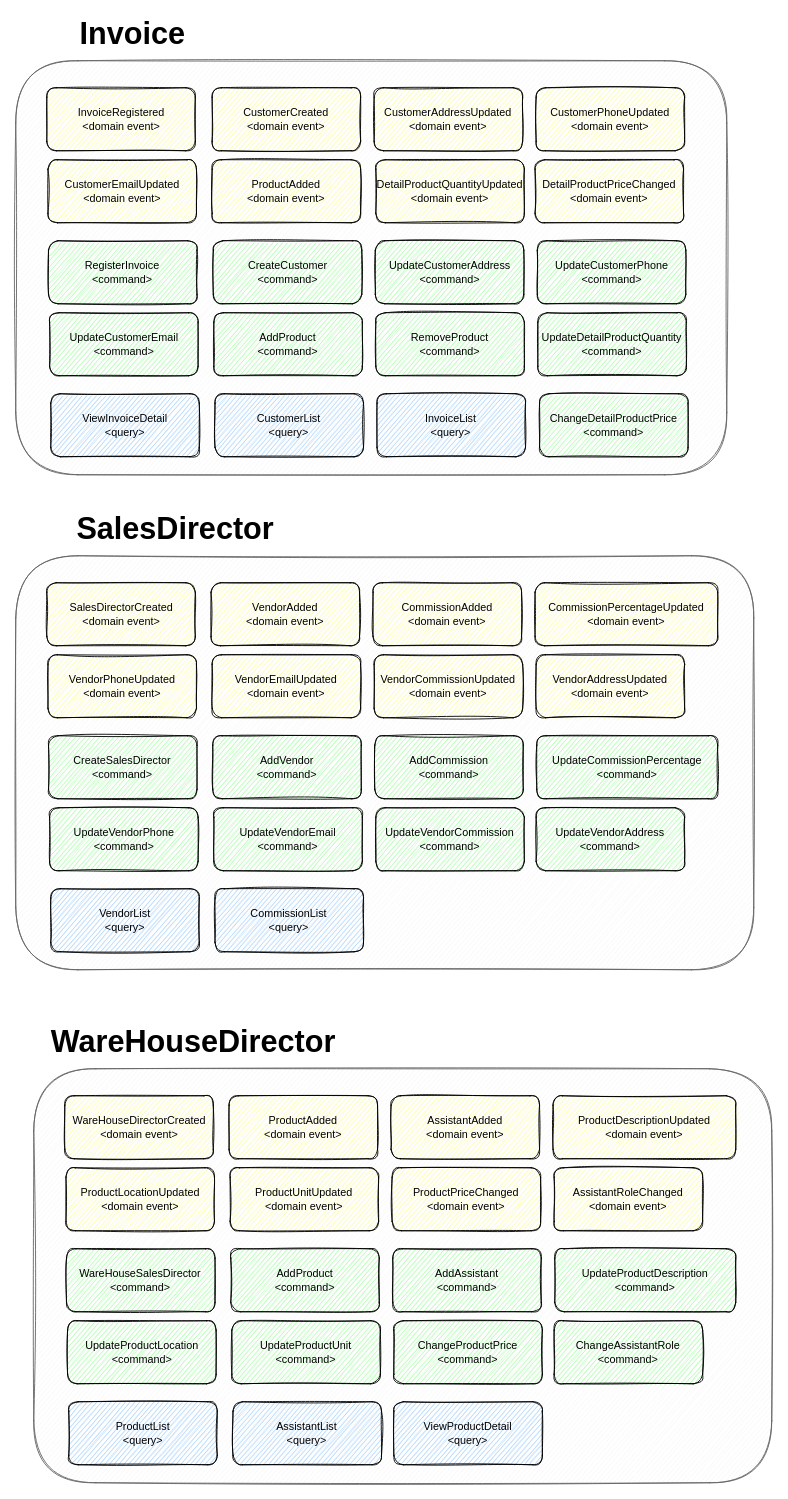
The draw.io diagram page "Domain Events" (4 of 4) of Ordeagro DM.drawio in johnnycastro72/ordeagro, before the edit. Source tidied: cells renumbered, new cells numbered last; positions are measured from the earlier drawing's top-left corner, leaving out a move shared by most shapes. Both pictures are drawn from the tidied source at 90%, with x=0, y=0 at pixel (15, 15).
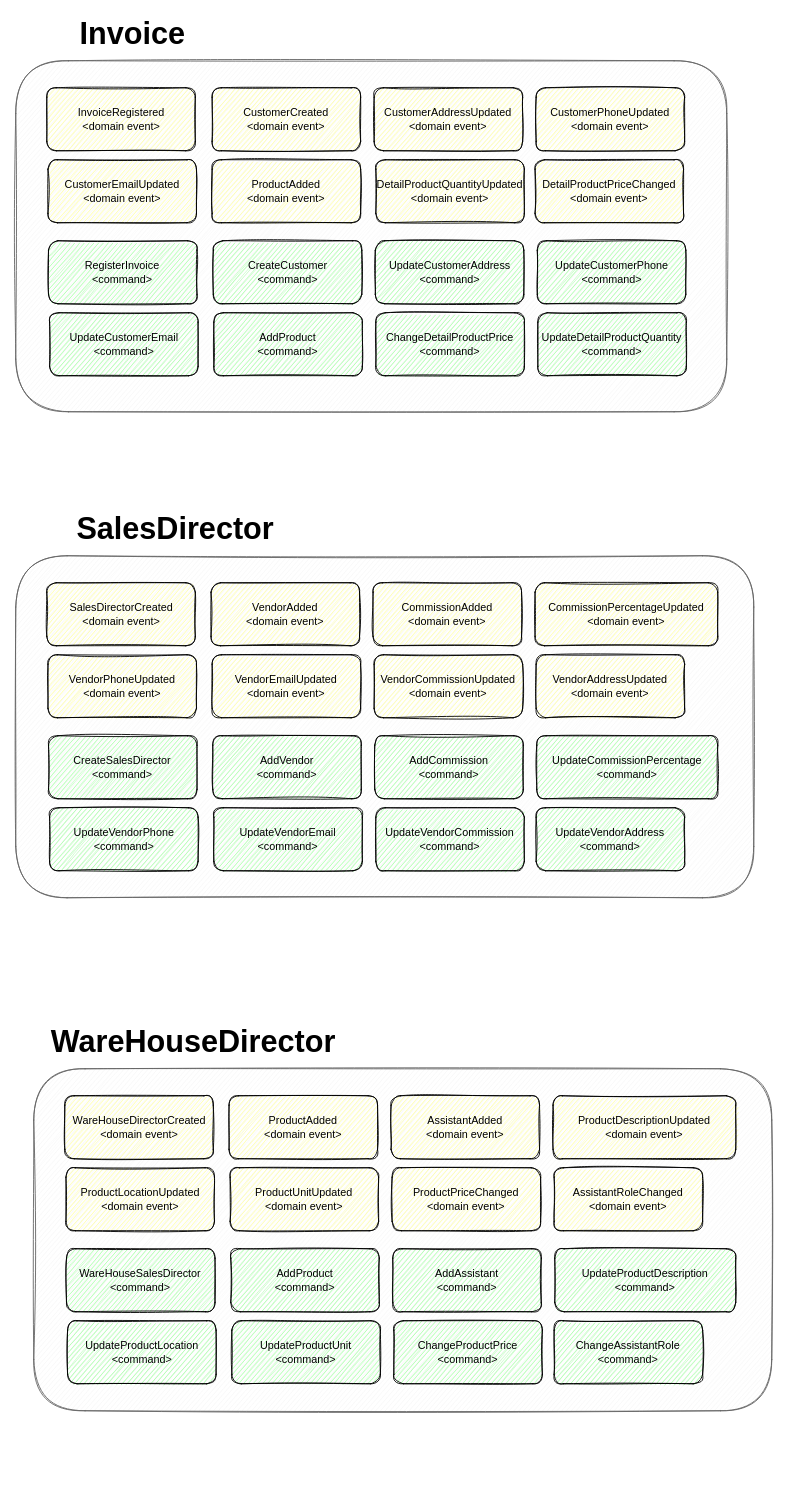
After the change.

Diff of the diagram source:
```diff
@@
     <mxCell id="2" style="rounded=1;whiteSpace=wrap;html=1;fillColor=#f5f5f5;fontColor=#333333;strokeColor=#666666;sketch=1;labelBorderColor=default;" parent="1" vertex="1">
-      <mxGeometry y="50" width="790" height="460" as="geometry" />
+      <mxGeometry y="50" width="790" height="390" as="geometry" />
     </mxCell>
@@
-    <mxCell id="18" value="&lt;span style=&quot;font-size: 12px; text-align: left; line-height: 0.7;&quot;&gt;Remove&lt;span style=&quot;&quot;&gt;Product&lt;/span&gt;&lt;span style=&quot;&quot;&gt;&lt;br&gt;&lt;/span&gt;&amp;lt;command&amp;gt;&lt;br style=&quot;font-size: 12px;&quot;&gt;&lt;/span&gt;" style="rounded=1;whiteSpace=wrap;html=1;sketch=1;fontSize=12;fillColor=#99FF99;" parent="1" vertex="1">
-      <mxGeometry x="400.1" y="330" width="165" height="70" as="geometry" />
-    </mxCell>
@@
     <mxCell id="20" value="&lt;span style=&quot;font-size: 12px; text-align: left; line-height: 0.7;&quot;&gt;Change&lt;span style=&quot;&quot;&gt;DetailProductPrice&lt;/span&gt;&lt;span style=&quot;&quot;&gt;&lt;br&gt;&lt;/span&gt;&amp;lt;command&amp;gt;&lt;br style=&quot;font-size: 12px;&quot;&gt;&lt;/span&gt;" style="rounded=1;whiteSpace=wrap;html=1;sketch=1;fontSize=12;fillColor=#99FF99;" parent="1" vertex="1">
-      <mxGeometry x="582" y="420" width="165" height="70" as="geometry" />
+      <mxGeometry x="400.1" y="330" width="165" height="70" as="geometry" />
     </mxCell>
-    <mxCell id="21" value="&lt;span style=&quot;font-size: 12px; text-align: left; line-height: 0.7;&quot;&gt;&lt;span style=&quot;&quot;&gt;ViewInvoiceDetail&lt;br&gt;&lt;/span&gt;&amp;lt;query&amp;gt;&lt;br style=&quot;font-size: 12px;&quot;&gt;&lt;/span&gt;" style="rounded=1;whiteSpace=wrap;html=1;sketch=1;fontSize=12;fillColor=#99CCFF;" parent="1" vertex="1">
-      <mxGeometry x="38.9" y="420" width="165" height="70" as="geometry" />
-    </mxCell>
-    <mxCell id="22" value="&lt;span style=&quot;font-size: 12px; text-align: left; line-height: 0.7;&quot;&gt;&lt;span style=&quot;&quot;&gt;CustomerList&lt;br&gt;&lt;/span&gt;&amp;lt;query&amp;gt;&lt;br style=&quot;font-size: 12px;&quot;&gt;&lt;/span&gt;" style="rounded=1;whiteSpace=wrap;html=1;sketch=1;fontSize=12;fillColor=#99CCFF;" parent="1" vertex="1">
-      <mxGeometry x="221.4" y="420" width="165" height="70" as="geometry" />
-    </mxCell>
-    <mxCell id="23" value="&lt;span style=&quot;font-size: 12px; text-align: left; line-height: 0.7;&quot;&gt;&lt;span style=&quot;&quot;&gt;InvoiceList&lt;br&gt;&lt;/span&gt;&amp;lt;query&amp;gt;&lt;br style=&quot;font-size: 12px;&quot;&gt;&lt;/span&gt;" style="rounded=1;whiteSpace=wrap;html=1;sketch=1;fontSize=12;fillColor=#99CCFF;" parent="1" vertex="1">
-      <mxGeometry x="401.4" y="420" width="165" height="70" as="geometry" />
-    </mxCell>
     <mxCell id="24" style="rounded=1;whiteSpace=wrap;html=1;fillColor=#f5f5f5;fontColor=#333333;strokeColor=#666666;sketch=1;labelBorderColor=default;" parent="1" vertex="1">
-      <mxGeometry y="600" width="820" height="460" as="geometry" />
+      <mxGeometry y="600" width="820" height="380" as="geometry" />
     </mxCell>
@@
-    <mxCell id="42" value="&lt;span style=&quot;font-size: 12px; text-align: left; line-height: 0.7;&quot;&gt;&lt;span style=&quot;&quot;&gt;VendorList&lt;br&gt;&lt;/span&gt;&amp;lt;query&amp;gt;&lt;br style=&quot;font-size: 12px;&quot;&gt;&lt;/span&gt;" style="rounded=1;whiteSpace=wrap;html=1;sketch=1;fontSize=12;fillColor=#99CCFF;" parent="1" vertex="1">
-      <mxGeometry x="38.9" y="970" width="165" height="70" as="geometry" />
-    </mxCell>
-    <mxCell id="43" value="&lt;span style=&quot;font-size: 12px; text-align: left; line-height: 0.7;&quot;&gt;&lt;span style=&quot;&quot;&gt;CommissionList&lt;br&gt;&lt;/span&gt;&amp;lt;query&amp;gt;&lt;br style=&quot;font-size: 12px;&quot;&gt;&lt;/span&gt;" style="rounded=1;whiteSpace=wrap;html=1;sketch=1;fontSize=12;fillColor=#99CCFF;" parent="1" vertex="1">
-      <mxGeometry x="221.4" y="970" width="165" height="70" as="geometry" />
-    </mxCell>
     <mxCell id="44" style="rounded=1;whiteSpace=wrap;html=1;fillColor=#f5f5f5;fontColor=#333333;strokeColor=#666666;sketch=1;labelBorderColor=default;" parent="1" vertex="1">
-      <mxGeometry x="20" y="1170" width="820" height="460" as="geometry" />
+      <mxGeometry x="20" y="1170" width="820" height="380" as="geometry" />
     </mxCell>
@@
-    <mxCell id="62" value="&lt;span style=&quot;font-size: 12px; text-align: left; line-height: 0.7;&quot;&gt;&lt;span style=&quot;&quot;&gt;ProductList&lt;br&gt;&lt;/span&gt;&amp;lt;query&amp;gt;&lt;br style=&quot;font-size: 12px;&quot;&gt;&lt;/span&gt;" style="rounded=1;whiteSpace=wrap;html=1;sketch=1;fontSize=12;fillColor=#99CCFF;" parent="1" vertex="1">
-      <mxGeometry x="58.9" y="1540" width="165" height="70" as="geometry" />
-    </mxCell>
-    <mxCell id="63" value="&lt;span style=&quot;font-size: 12px; text-align: left; line-height: 0.7;&quot;&gt;&lt;span style=&quot;&quot;&gt;AssistantList&lt;br&gt;&lt;/span&gt;&amp;lt;query&amp;gt;&lt;br style=&quot;font-size: 12px;&quot;&gt;&lt;/span&gt;" style="rounded=1;whiteSpace=wrap;html=1;sketch=1;fontSize=12;fillColor=#99CCFF;" parent="1" vertex="1">
-      <mxGeometry x="241.4" y="1540" width="165" height="70" as="geometry" />
-    </mxCell>
-    <mxCell id="64" value="&lt;span style=&quot;font-size: 12px; text-align: left; line-height: 0.7;&quot;&gt;&lt;span style=&quot;&quot;&gt;ViewProductDetail&lt;br&gt;&lt;/span&gt;&amp;lt;query&amp;gt;&lt;br style=&quot;font-size: 12px;&quot;&gt;&lt;/span&gt;" style="rounded=1;whiteSpace=wrap;html=1;sketch=1;fontSize=12;fillColor=#99CCFF;" parent="1" vertex="1">
-      <mxGeometry x="420.1" y="1540" width="165" height="70" as="geometry" />
-    </mxCell>
```
